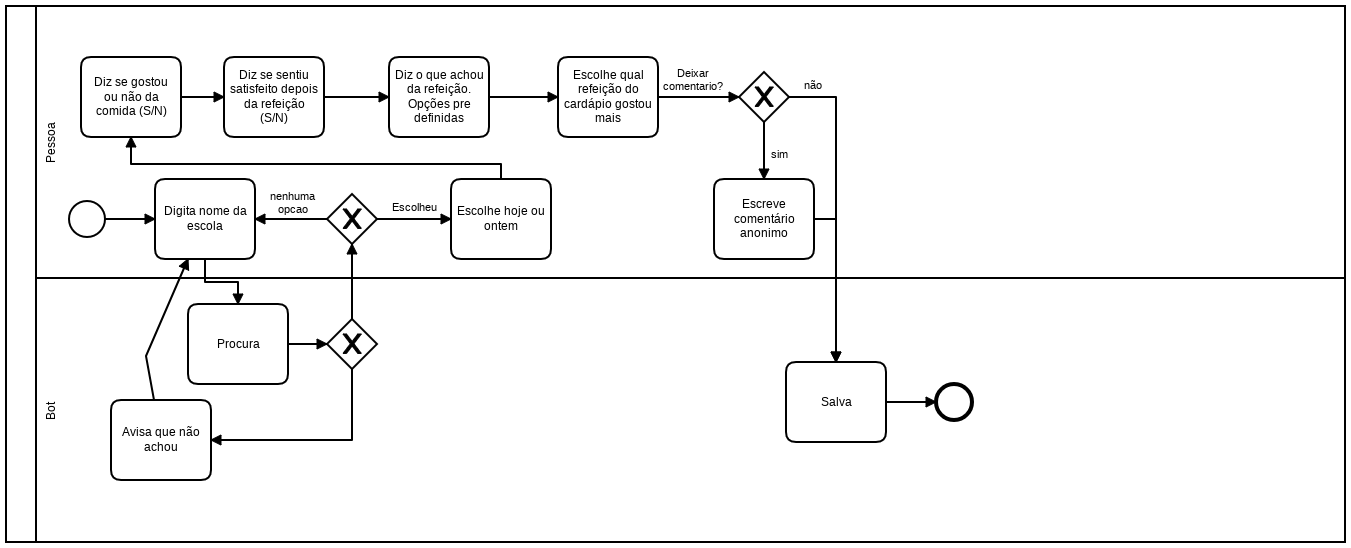
The BPMN diagram docs/Avaliar refeição.png in prefeiturasp/SME-PratoAberto-Edu, before a commit. Its source is kept beside it as docs/Avaliar refeição.bpmn. Ids are renumbered.
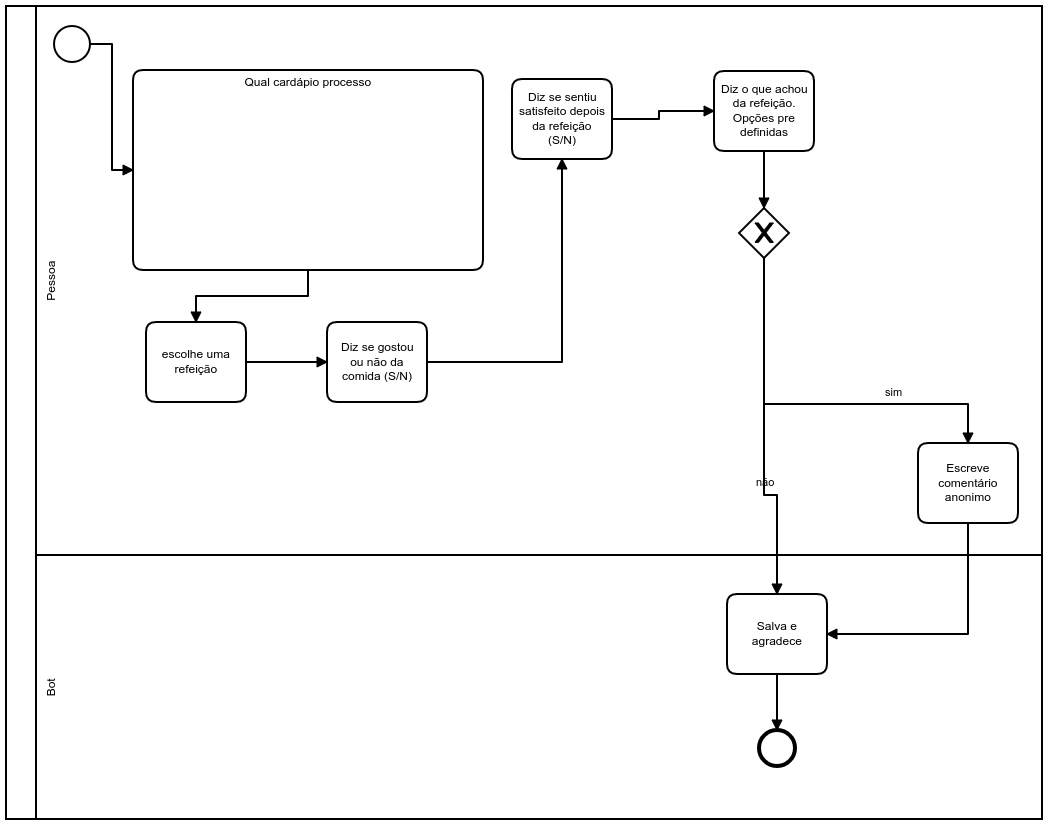
After the commit.

Commit message:
atualizado bpmn

Diff of the diagram source:
```diff
@@ -5,253 +5,169 @@
   <bpmn:process id="Process_1" isExecutable="true">
     <bpmn:laneSet id="LaneSet_n4">
       <bpmn:lane id="Lane_n5" name="Pessoa">
-        <bpmn:flowNodeRef>StartEvent_1</bpmn:flowNodeRef>
-        <bpmn:flowNodeRef>Task_n6</bpmn:flowNodeRef>
-        <bpmn:flowNodeRef>ExclusiveGateway_n7</bpmn:flowNodeRef>
-        <bpmn:flowNodeRef>Task_n8</bpmn:flowNodeRef>
+        <bpmn:flowNodeRef>Task_n38</bpmn:flowNodeRef>
         <bpmn:flowNodeRef>Task_n9</bpmn:flowNodeRef>
+        <bpmn:flowNodeRef>Task_n14</bpmn:flowNodeRef>
+        <bpmn:flowNodeRef>StartEvent_n39</bpmn:flowNodeRef>
         <bpmn:flowNodeRef>Task_n10</bpmn:flowNodeRef>
         <bpmn:flowNodeRef>Task_n11</bpmn:flowNodeRef>
-        <bpmn:flowNodeRef>Task_n12</bpmn:flowNodeRef>
         <bpmn:flowNodeRef>ExclusiveGateway_n13</bpmn:flowNodeRef>
-        <bpmn:flowNodeRef>Task_n14</bpmn:flowNodeRef>
+        <bpmn:flowNodeRef>SubProcess_n40</bpmn:flowNodeRef>
       </bpmn:lane>
       <bpmn:lane id="Lane_n15" name="Bot">
-        <bpmn:flowNodeRef>ExclusiveGateway_n16</bpmn:flowNodeRef>
-        <bpmn:flowNodeRef>Task_n17</bpmn:flowNodeRef>
-        <bpmn:flowNodeRef>Task_n18</bpmn:flowNodeRef>
         <bpmn:flowNodeRef>Task_n19</bpmn:flowNodeRef>
         <bpmn:flowNodeRef>EndEvent_n20</bpmn:flowNodeRef>
       </bpmn:lane>
     </bpmn:laneSet>
-    <bpmn:startEvent id="StartEvent_1">
-      <bpmn:outgoing>SequenceFlow_n21</bpmn:outgoing>
-    </bpmn:startEvent>
-    <bpmn:task id="Task_n6" name="Digita nome da escola">
-      <bpmn:incoming>SequenceFlow_n21</bpmn:incoming>
-      <bpmn:incoming>SequenceFlow_n22</bpmn:incoming>
-      <bpmn:incoming>SequenceFlow_n23</bpmn:incoming>
-      <bpmn:outgoing>SequenceFlow_n24</bpmn:outgoing>
-    </bpmn:task>
-    <bpmn:sequenceFlow id="SequenceFlow_n21" sourceRef="StartEvent_1" targetRef="Task_n6" />
-    <bpmn:sequenceFlow id="SequenceFlow_n24" sourceRef="Task_n6" targetRef="Task_n18" />
-    <bpmn:sequenceFlow id="SequenceFlow_n25" sourceRef="Task_n18" targetRef="ExclusiveGateway_n16" />
-    <bpmn:exclusiveGateway id="ExclusiveGateway_n16">
-      <bpmn:incoming>SequenceFlow_n25</bpmn:incoming>
-      <bpmn:outgoing>SequenceFlow_n26</bpmn:outgoing>
-      <bpmn:outgoing>SequenceFlow_n27</bpmn:outgoing>
-    </bpmn:exclusiveGateway>
-    <bpmn:sequenceFlow id="SequenceFlow_n26" sourceRef="ExclusiveGateway_n16" targetRef="Task_n17" />
-    <bpmn:sequenceFlow id="SequenceFlow_n22" sourceRef="Task_n17" targetRef="Task_n6" />
-    <bpmn:task id="Task_n17" name="Avisa que não achou">
-      <bpmn:incoming>SequenceFlow_n26</bpmn:incoming>
-      <bpmn:outgoing>SequenceFlow_n22</bpmn:outgoing>
-    </bpmn:task>
-    <bpmn:task id="Task_n18" name="Procura">
-      <bpmn:incoming>SequenceFlow_n24</bpmn:incoming>
-      <bpmn:outgoing>SequenceFlow_n25</bpmn:outgoing>
-    </bpmn:task>
-    <bpmn:sequenceFlow id="SequenceFlow_n27" sourceRef="ExclusiveGateway_n16" targetRef="ExclusiveGateway_n7" />
-    <bpmn:sequenceFlow id="SequenceFlow_n23" name="nenhuma &#10;opcao" sourceRef="ExclusiveGateway_n7" targetRef="Task_n6" />
-    <bpmn:exclusiveGateway id="ExclusiveGateway_n7">
-      <bpmn:incoming>SequenceFlow_n27</bpmn:incoming>
-      <bpmn:outgoing>SequenceFlow_n23</bpmn:outgoing>
-      <bpmn:outgoing>SequenceFlow_n28</bpmn:outgoing>
-    </bpmn:exclusiveGateway>
-    <bpmn:sequenceFlow id="SequenceFlow_n28" name="Escolheu" sourceRef="ExclusiveGateway_n7" targetRef="Task_n8" />
-    <bpmn:task id="Task_n8" name="Escolhe hoje ou ontem">
-      <bpmn:incoming>SequenceFlow_n28</bpmn:incoming>
-      <bpmn:outgoing>SequenceFlow_n29</bpmn:outgoing>
-    </bpmn:task>
-    <bpmn:sequenceFlow id="SequenceFlow_n29" sourceRef="Task_n8" targetRef="Task_n9" />
     <bpmn:sequenceFlow id="SequenceFlow_n30" sourceRef="Task_n9" targetRef="Task_n10" />
     <bpmn:sequenceFlow id="SequenceFlow_n31" sourceRef="Task_n10" targetRef="Task_n11" />
-    <bpmn:sequenceFlow id="SequenceFlow_n32" sourceRef="Task_n11" targetRef="Task_n12" />
-    <bpmn:sequenceFlow id="SequenceFlow_n33" name="Deixar comentario?" sourceRef="Task_n12" targetRef="ExclusiveGateway_n13" />
     <bpmn:sequenceFlow id="SequenceFlow_n34" name="sim" sourceRef="ExclusiveGateway_n13" targetRef="Task_n14" />
+    <bpmn:sequenceFlow id="SequenceFlow_n35" name="não" sourceRef="ExclusiveGateway_n13" targetRef="Task_n19" />
+    <bpmn:sequenceFlow id="SequenceFlow_n37" sourceRef="Task_n19" targetRef="EndEvent_n20" />
+    <bpmn:subProcess id="SubProcess_n40" name="Qual cardápio processo">
+      <bpmn:incoming>SequenceFlow_n41</bpmn:incoming>
+      <bpmn:outgoing>SequenceFlow_n42</bpmn:outgoing>
+    </bpmn:subProcess>
+    <bpmn:sequenceFlow id="SequenceFlow_n42" sourceRef="SubProcess_n40" targetRef="Task_n38" />
+    <bpmn:sequenceFlow id="SequenceFlow_n43" sourceRef="Task_n38" targetRef="Task_n9" />
+    <bpmn:task id="Task_n38" name="escolhe uma refeição">
+      <bpmn:incoming>SequenceFlow_n42</bpmn:incoming>
+      <bpmn:outgoing>SequenceFlow_n43</bpmn:outgoing>
+    </bpmn:task>
     <bpmn:task id="Task_n9" name="Diz se gostou ou não da comida (S/N)">
-      <bpmn:incoming>SequenceFlow_n29</bpmn:incoming>
+      <bpmn:incoming>SequenceFlow_n43</bpmn:incoming>
       <bpmn:outgoing>SequenceFlow_n30</bpmn:outgoing>
     </bpmn:task>
+    <bpmn:sequenceFlow id="SequenceFlow_n44" sourceRef="Task_n11" targetRef="ExclusiveGateway_n13" />
+    <bpmn:sequenceFlow id="SequenceFlow_n45" sourceRef="Task_n14" targetRef="Task_n19" />
+    <bpmn:task id="Task_n14" name="Escreve comentário anonimo">
+      <bpmn:incoming>SequenceFlow_n34</bpmn:incoming>
+      <bpmn:outgoing>SequenceFlow_n45</bpmn:outgoing>
+    </bpmn:task>
+    <bpmn:task id="Task_n19" name="Salva e agradece">
+      <bpmn:incoming>SequenceFlow_n35</bpmn:incoming>
+      <bpmn:incoming>SequenceFlow_n45</bpmn:incoming>
+      <bpmn:outgoing>SequenceFlow_n37</bpmn:outgoing>
+    </bpmn:task>
+    <bpmn:endEvent id="EndEvent_n20">
+      <bpmn:incoming>SequenceFlow_n37</bpmn:incoming>
+    </bpmn:endEvent>
+    <bpmn:startEvent id="StartEvent_n39">
+      <bpmn:outgoing>SequenceFlow_n41</bpmn:outgoing>
+    </bpmn:startEvent>
+    <bpmn:sequenceFlow id="SequenceFlow_n41" sourceRef="StartEvent_n39" targetRef="SubProcess_n40" />
     <bpmn:task id="Task_n10" name="Diz se sentiu satisfeito depois da refeição (S/N)">
       <bpmn:incoming>SequenceFlow_n30</bpmn:incoming>
       <bpmn:outgoing>SequenceFlow_n31</bpmn:outgoing>
     </bpmn:task>
     <bpmn:task id="Task_n11" name="Diz o que achou da refeição. Opções pre definidas">
       <bpmn:incoming>SequenceFlow_n31</bpmn:incoming>
-      <bpmn:outgoing>SequenceFlow_n32</bpmn:outgoing>
-    </bpmn:task>
-    <bpmn:task id="Task_n12" name="Escolhe qual refeição do cardápio gostou mais">
-      <bpmn:incoming>SequenceFlow_n32</bpmn:incoming>
-      <bpmn:outgoing>SequenceFlow_n33</bpmn:outgoing>
+      <bpmn:outgoing>SequenceFlow_n44</bpmn:outgoing>
     </bpmn:task>
     <bpmn:exclusiveGateway id="ExclusiveGateway_n13">
-      <bpmn:incoming>SequenceFlow_n33</bpmn:incoming>
+      <bpmn:incoming>SequenceFlow_n44</bpmn:incoming>
       <bpmn:outgoing>SequenceFlow_n34</bpmn:outgoing>
       <bpmn:outgoing>SequenceFlow_n35</bpmn:outgoing>
     </bpmn:exclusiveGateway>
-    <bpmn:task id="Task_n14" name="Escreve comentário anonimo">
-      <bpmn:incoming>SequenceFlow_n34</bpmn:incoming>
-      <bpmn:outgoing>SequenceFlow_n36</bpmn:outgoing>
-    </bpmn:task>
-    <bpmn:sequenceFlow id="SequenceFlow_n36" sourceRef="Task_n14" targetRef="Task_n19" />
-    <bpmn:sequenceFlow id="SequenceFlow_n35" name="não" sourceRef="ExclusiveGateway_n13" targetRef="Task_n19" />
-    <bpmn:task id="Task_n19" name="Salva">
-      <bpmn:incoming>SequenceFlow_n36</bpmn:incoming>
-      <bpmn:incoming>SequenceFlow_n35</bpmn:incoming>
-      <bpmn:outgoing>SequenceFlow_n37</bpmn:outgoing>
-    </bpmn:task>
-    <bpmn:endEvent id="EndEvent_n20">
-      <bpmn:incoming>SequenceFlow_n37</bpmn:incoming>
-    </bpmn:endEvent>
-    <bpmn:sequenceFlow id="SequenceFlow_n37" sourceRef="Task_n19" targetRef="EndEvent_n20" />
   </bpmn:process>
   <bpmndi:BPMNDiagram id="BPMNDiagram_1">
     <bpmndi:BPMNPlane id="BPMNPlane_1" bpmnElement="Collaboration_n2">
       <bpmndi:BPMNShape id="Participant_n3_di" bpmnElement="Participant_n3">
-        <dc:Bounds x="123" y="-65" width="1339" height="536" />
-      </bpmndi:BPMNShape>
-      <bpmndi:BPMNShape id="_BPMNShape_StartEvent_2" bpmnElement="StartEvent_1">
-        <dc:Bounds x="186" y="130" width="36" height="36" />
+        <dc:Bounds x="89" y="-342" width="1036" height="813" />
       </bpmndi:BPMNShape>
       <bpmndi:BPMNShape id="Lane_n5_di" bpmnElement="Lane_n5">
-        <dc:Bounds x="153" y="-65" width="1309" height="272" />
+        <dc:Bounds x="119" y="-342" width="1006" height="549" />
       </bpmndi:BPMNShape>
       <bpmndi:BPMNShape id="Lane_n15_di" bpmnElement="Lane_n15">
-        <dc:Bounds x="153" y="207" width="1309" height="264" />
+        <dc:Bounds x="119" y="207" width="1006" height="264" />
       </bpmndi:BPMNShape>
-      <bpmndi:BPMNShape id="Task_n6_di" bpmnElement="Task_n6">
-        <dc:Bounds x="272" y="108" width="100" height="80" />
+      <bpmndi:BPMNShape id="Task_n9_di" bpmnElement="Task_n9">
+        <dc:Bounds x="410" y="-26" width="100" height="80" />
       </bpmndi:BPMNShape>
-      <bpmndi:BPMNEdge id="SequenceFlow_n21_di" bpmnElement="SequenceFlow_n21">
-        <di:waypoint x="222" y="148" />
-        <di:waypoint x="272" y="148" />
-      </bpmndi:BPMNEdge>
-      <bpmndi:BPMNShape id="Task_n18_di" bpmnElement="Task_n18">
-        <dc:Bounds x="305" y="233" width="100" height="80" />
-      </bpmndi:BPMNShape>
-      <bpmndi:BPMNEdge id="SequenceFlow_n24_di" bpmnElement="SequenceFlow_n24">
-        <di:waypoint x="322" y="188" />
-        <di:waypoint x="322" y="211" />
-        <di:waypoint x="355" y="211" />
-        <di:waypoint x="355" y="233" />
-      </bpmndi:BPMNEdge>
-      <bpmndi:BPMNShape id="ExclusiveGateway_n16_di" bpmnElement="ExclusiveGateway_n16" isMarkerVisible="true">
-        <dc:Bounds x="444" y="248" width="50" height="50" />
-      </bpmndi:BPMNShape>
-      <bpmndi:BPMNEdge id="SequenceFlow_n25_di" bpmnElement="SequenceFlow_n25">
-        <di:waypoint x="405" y="273" />
-        <di:waypoint x="444" y="273" />
-      </bpmndi:BPMNEdge>
-      <bpmndi:BPMNShape id="Task_n17_di" bpmnElement="Task_n17">
-        <dc:Bounds x="228" y="329" width="100" height="80" />
-      </bpmndi:BPMNShape>
-      <bpmndi:BPMNEdge id="SequenceFlow_n26_di" bpmnElement="SequenceFlow_n26">
-        <di:waypoint x="469" y="298" />
-        <di:waypoint x="469" y="369" />
-        <di:waypoint x="328" y="369" />
-      </bpmndi:BPMNEdge>
-      <bpmndi:BPMNEdge id="SequenceFlow_n22_di" bpmnElement="SequenceFlow_n22">
-        <di:waypoint x="271" y="329" />
-        <di:waypoint x="263" y="285" />
-        <di:waypoint x="305" y="188" />
-      </bpmndi:BPMNEdge>
-      <bpmndi:BPMNShape id="ExclusiveGateway_n7_di" bpmnElement="ExclusiveGateway_n7" isMarkerVisible="true">
-        <dc:Bounds x="444" y="123" width="50" height="50" />
-      </bpmndi:BPMNShape>
-      <bpmndi:BPMNEdge id="SequenceFlow_n27_di" bpmnElement="SequenceFlow_n27">
-        <di:waypoint x="469" y="248" />
-        <di:waypoint x="469" y="173" />
-      </bpmndi:BPMNEdge>
-      <bpmndi:BPMNEdge id="SequenceFlow_n23_di" bpmnElement="SequenceFlow_n23">
-        <di:waypoint x="444" y="148" />
-        <di:waypoint x="372" y="148" />
-        <bpmndi:BPMNLabel>
-          <dc:Bounds x="387" y="119" width="46" height="27" />
-        </bpmndi:BPMNLabel>
-      </bpmndi:BPMNEdge>
-      <bpmndi:BPMNShape id="Task_n8_di" bpmnElement="Task_n8">
-        <dc:Bounds x="568" y="108" width="100" height="80" />
-      </bpmndi:BPMNShape>
-      <bpmndi:BPMNEdge id="SequenceFlow_n28_di" bpmnElement="SequenceFlow_n28">
-        <di:waypoint x="494" y="148" />
-        <di:waypoint x="568" y="148" />
-        <bpmndi:BPMNLabel>
-          <dc:Bounds x="509" y="130" width="45" height="14" />
-        </bpmndi:BPMNLabel>
-      </bpmndi:BPMNEdge>
-      <bpmndi:BPMNShape id="Task_n9_di" bpmnElement="Task_n9">
-        <dc:Bounds x="198" y="-14" width="100" height="80" />
-      </bpmndi:BPMNShape>
-      <bpmndi:BPMNEdge id="SequenceFlow_n29_di" bpmnElement="SequenceFlow_n29">
-        <di:waypoint x="618" y="108" />
-        <di:waypoint x="618" y="93" />
-        <di:waypoint x="248" y="93" />
-        <di:waypoint x="248" y="66" />
-      </bpmndi:BPMNEdge>
       <bpmndi:BPMNShape id="Task_n10_di" bpmnElement="Task_n10">
-        <dc:Bounds x="341" y="-14" width="100" height="80" />
+        <dc:Bounds x="595" y="-269" width="100" height="80" />
       </bpmndi:BPMNShape>
       <bpmndi:BPMNEdge id="SequenceFlow_n30_di" bpmnElement="SequenceFlow_n30">
-        <di:waypoint x="298" y="26" />
-        <di:waypoint x="341" y="26" />
+        <di:waypoint x="510" y="14" />
+        <di:waypoint x="645" y="14" />
+        <di:waypoint x="645" y="-189" />
       </bpmndi:BPMNEdge>
       <bpmndi:BPMNShape id="Task_n11_di" bpmnElement="Task_n11">
-        <dc:Bounds x="506" y="-14" width="100" height="80" />
-      </bpmndi:BPMNShape>
-      <bpmndi:BPMNShape id="Task_n12_di" bpmnElement="Task_n12">
-        <dc:Bounds x="675" y="-14" width="100" height="80" />
+        <dc:Bounds x="797" y="-277" width="100" height="80" />
       </bpmndi:BPMNShape>
       <bpmndi:BPMNEdge id="SequenceFlow_n31_di" bpmnElement="SequenceFlow_n31">
-        <di:waypoint x="441" y="26" />
-        <di:waypoint x="506" y="26" />
-      </bpmndi:BPMNEdge>
-      <bpmndi:BPMNEdge id="SequenceFlow_n32_di" bpmnElement="SequenceFlow_n32">
-        <di:waypoint x="606" y="26" />
-        <di:waypoint x="675" y="26" />
+        <di:waypoint x="695" y="-229" />
+        <di:waypoint x="742" y="-229" />
+        <di:waypoint x="742" y="-237" />
+        <di:waypoint x="797" y="-237" />
       </bpmndi:BPMNEdge>
       <bpmndi:BPMNShape id="ExclusiveGateway_n13_di" bpmnElement="ExclusiveGateway_n13" isMarkerVisible="true">
-        <dc:Bounds x="856" y="1" width="50" height="50" />
+        <dc:Bounds x="822" y="-140" width="50" height="50" />
       </bpmndi:BPMNShape>
-      <bpmndi:BPMNEdge id="SequenceFlow_n33_di" bpmnElement="SequenceFlow_n33">
-        <di:waypoint x="775" y="26" />
-        <di:waypoint x="856" y="26" />
-        <bpmndi:BPMNLabel>
-          <dc:Bounds x="780" y="-4" width="60" height="27" />
-        </bpmndi:BPMNLabel>
-      </bpmndi:BPMNEdge>
       <bpmndi:BPMNShape id="Task_n14_di" bpmnElement="Task_n14">
-        <dc:Bounds x="831" y="108" width="100" height="80" />
+        <dc:Bounds x="1001" y="95" width="100" height="80" />
       </bpmndi:BPMNShape>
       <bpmndi:BPMNEdge id="SequenceFlow_n34_di" bpmnElement="SequenceFlow_n34">
-        <di:waypoint x="881" y="51" />
-        <di:waypoint x="881" y="108" />
+        <di:waypoint x="847" y="-90" />
+        <di:waypoint x="847" y="56" />
+        <di:waypoint x="1051" y="56" />
+        <di:waypoint x="1051" y="95" />
         <bpmndi:BPMNLabel>
-          <dc:Bounds x="888" y="77" width="17" height="14" />
+          <dc:Bounds x="968" y="38" width="17" height="14" />
         </bpmndi:BPMNLabel>
       </bpmndi:BPMNEdge>
       <bpmndi:BPMNShape id="Task_n19_di" bpmnElement="Task_n19">
-        <dc:Bounds x="903" y="291" width="100" height="80" />
+        <dc:Bounds x="810" y="246" width="100" height="80" />
       </bpmndi:BPMNShape>
-      <bpmndi:BPMNEdge id="SequenceFlow_n36_di" bpmnElement="SequenceFlow_n36">
-        <di:waypoint x="931" y="148" />
-        <di:waypoint x="953" y="148" />
-        <di:waypoint x="953" y="291" />
-      </bpmndi:BPMNEdge>
       <bpmndi:BPMNEdge id="SequenceFlow_n35_di" bpmnElement="SequenceFlow_n35">
-        <di:waypoint x="906" y="26" />
-        <di:waypoint x="953" y="26" />
-        <di:waypoint x="953" y="291" />
+        <di:waypoint x="847" y="-90" />
+        <di:waypoint x="847" y="147" />
+        <di:waypoint x="860" y="147" />
+        <di:waypoint x="860" y="246" />
         <bpmndi:BPMNLabel>
-          <dc:Bounds x="921" y="8" width="18" height="14" />
+          <dc:Bounds x="839" y="128" width="19" height="14" />
         </bpmndi:BPMNLabel>
       </bpmndi:BPMNEdge>
       <bpmndi:BPMNShape id="EndEvent_n20_di" bpmnElement="EndEvent_n20">
-        <dc:Bounds x="1053" y="313" width="36" height="36" />
+        <dc:Bounds x="842" y="382" width="36" height="36" />
       </bpmndi:BPMNShape>
       <bpmndi:BPMNEdge id="SequenceFlow_n37_di" bpmnElement="SequenceFlow_n37">
-        <di:waypoint x="1003" y="331" />
-        <di:waypoint x="1053" y="331" />
+        <di:waypoint x="860" y="326" />
+        <di:waypoint x="860" y="382" />
+      </bpmndi:BPMNEdge>
+      <bpmndi:BPMNShape id="SubProcess_n40_di" bpmnElement="SubProcess_n40" isExpanded="true">
+        <dc:Bounds x="216" y="-278" width="350" height="200" />
+      </bpmndi:BPMNShape>
+      <bpmndi:BPMNShape id="Task_n38_di" bpmnElement="Task_n38">
+        <dc:Bounds x="229" y="-26" width="100" height="80" />
+      </bpmndi:BPMNShape>
+      <bpmndi:BPMNEdge id="SequenceFlow_n42_di" bpmnElement="SequenceFlow_n42">
+        <di:waypoint x="391" y="-78" />
+        <di:waypoint x="391" y="-52" />
+        <di:waypoint x="279" y="-52" />
+        <di:waypoint x="279" y="-26" />
+      </bpmndi:BPMNEdge>
+      <bpmndi:BPMNEdge id="SequenceFlow_n43_di" bpmnElement="SequenceFlow_n43">
+        <di:waypoint x="329" y="14" />
+        <di:waypoint x="410" y="14" />
+      </bpmndi:BPMNEdge>
+      <bpmndi:BPMNEdge id="SequenceFlow_n44_di" bpmnElement="SequenceFlow_n44">
+        <di:waypoint x="847" y="-197" />
+        <di:waypoint x="847" y="-140" />
+      </bpmndi:BPMNEdge>
+      <bpmndi:BPMNEdge id="SequenceFlow_n45_di" bpmnElement="SequenceFlow_n45">
+        <di:waypoint x="1051" y="175" />
+        <di:waypoint x="1051" y="286" />
+        <di:waypoint x="910" y="286" />
+      </bpmndi:BPMNEdge>
+      <bpmndi:BPMNShape id="StartEvent_n39_di" bpmnElement="StartEvent_n39">
+        <dc:Bounds x="137" y="-322" width="36" height="36" />
+      </bpmndi:BPMNShape>
+      <bpmndi:BPMNEdge id="SequenceFlow_n41_di" bpmnElement="SequenceFlow_n41">
+        <di:waypoint x="173" y="-304" />
+        <di:waypoint x="195" y="-304" />
+        <di:waypoint x="195" y="-178" />
+        <di:waypoint x="216" y="-178" />
       </bpmndi:BPMNEdge>
     </bpmndi:BPMNPlane>
   </bpmndi:BPMNDiagram>
```
